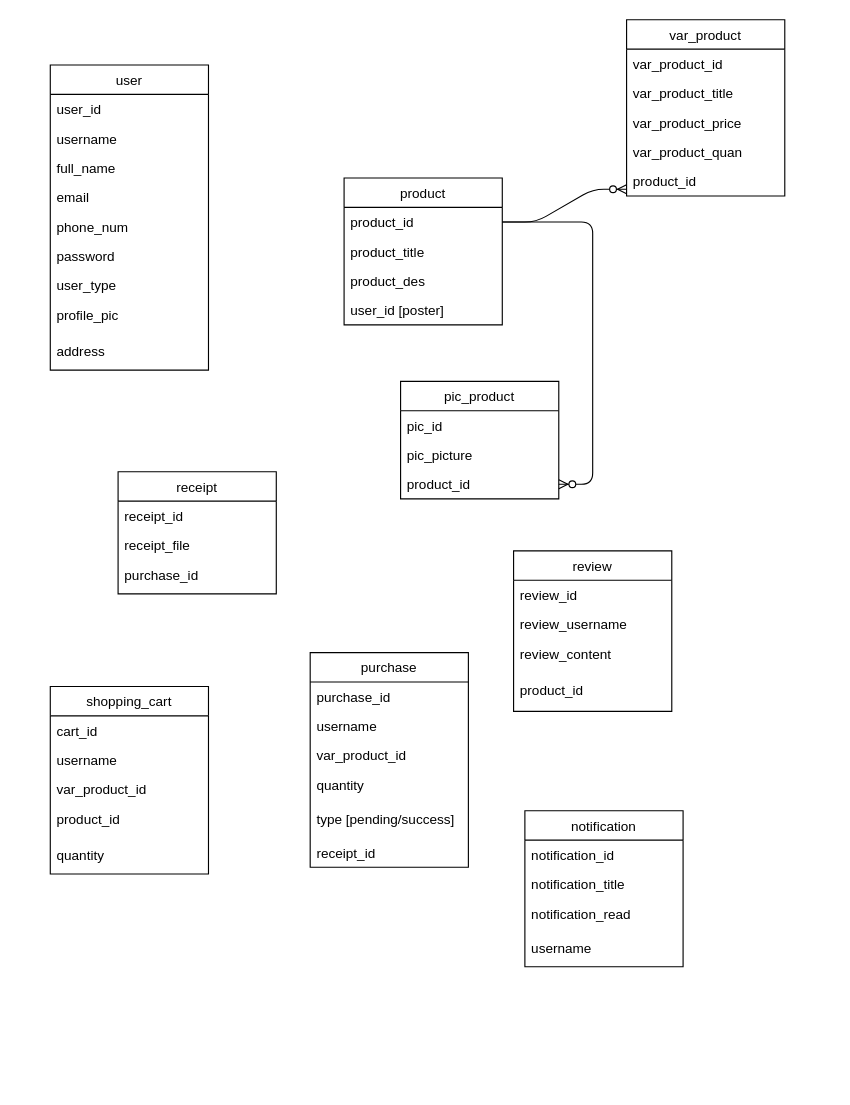
The draw.io diagram page "Page-1" (1 of 4) of Untitled Diagram.drawio in aqilanwar/iium-v, before the edit. Source tidied: cells renumbered, new cells numbered last; positions are measured from the earlier drawing's top-left corner, leaving out a move shared by most shapes. Both pictures are drawn from the tidied source at 113%, with x=0, y=0 at pixel (50, 19).
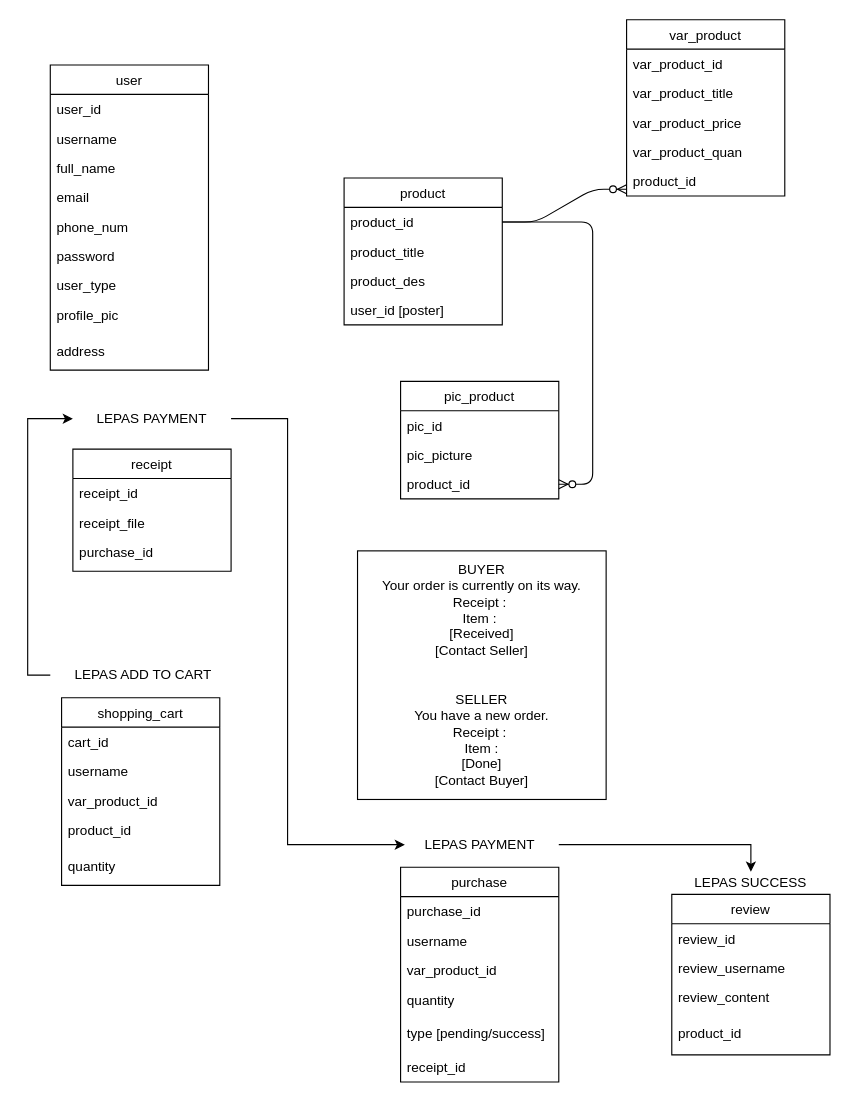
Above is the later version.

Change to the diagram source:
```diff
@@
     <mxCell id="18" value="review" style="swimlane;fontStyle=0;horizontal=1;startSize=26;fillColor=none;" parent="1" vertex="1">
-      <mxGeometry x="410" y="470" width="140" height="142" as="geometry" />
+      <mxGeometry x="550" y="774" width="140" height="142" as="geometry" />
     </mxCell>
@@
     <mxCell id="34" value="shopping_cart" style="swimlane;fontStyle=0;horizontal=1;startSize=26;fillColor=none;" parent="1" vertex="1">
-      <mxGeometry y="590" width="140" height="166" as="geometry" />
+      <mxGeometry x="10" y="600" width="140" height="166" as="geometry" />
     </mxCell>
@@
     <mxCell id="40" value="purchase" style="swimlane;fontStyle=0;horizontal=1;startSize=26;fillColor=none;" parent="1" vertex="1">
-      <mxGeometry x="230" y="560" width="140" height="190" as="geometry" />
+      <mxGeometry x="310" y="750" width="140" height="190" as="geometry" />
     </mxCell>
@@
-    <mxCell id="47" value="notification" style="swimlane;fontStyle=0;horizontal=1;startSize=26;fillColor=none;" parent="1" vertex="1">
-      <mxGeometry x="420" y="700" width="140" height="138" as="geometry" />
-    </mxCell>
-    <mxCell id="48" value="notification_id" style="text;strokeColor=none;fillColor=none;align=left;verticalAlign=top;spacingLeft=4;spacingRight=4;overflow=hidden;" parent="47" vertex="1">
-      <mxGeometry y="26" width="140" height="26" as="geometry" />
-    </mxCell>
-    <mxCell id="49" value="notification_title" style="text;strokeColor=none;fillColor=none;align=left;verticalAlign=top;spacingLeft=4;spacingRight=4;overflow=hidden;" parent="47" vertex="1">
-      <mxGeometry y="52" width="140" height="26" as="geometry" />
-    </mxCell>
-    <mxCell id="50" value="notification_read" style="text;strokeColor=none;fillColor=none;align=left;verticalAlign=top;spacingLeft=4;spacingRight=4;overflow=hidden;" parent="47" vertex="1">
-      <mxGeometry y="78" width="140" height="30" as="geometry" />
-    </mxCell>
-    <mxCell id="51" value="username" style="text;strokeColor=none;fillColor=none;align=left;verticalAlign=top;spacingLeft=4;spacingRight=4;overflow=hidden;" parent="47" vertex="1">
-      <mxGeometry y="108" width="140" height="30" as="geometry" />
-    </mxCell>
     <mxCell id="52" value="receipt" style="swimlane;fontStyle=0;horizontal=1;startSize=26;fillColor=none;" parent="1" vertex="1">
-      <mxGeometry x="60" y="400" width="140" height="108" as="geometry" />
+      <mxGeometry x="20" y="380" width="140" height="108" as="geometry" />
     </mxCell>
@@
+    <mxCell id="56" style="edgeStyle=orthogonalEdgeStyle;rounded=0;jettySize=auto;html=1;exitX=0;exitY=0.5;exitDx=0;exitDy=0;" parent="1" edge="1" source="58" target="59">
+      <mxGeometry relative="1" as="geometry">
+        <Array as="points">
+          <mxPoint x="-20" y="580" />
+          <mxPoint x="-20" y="353" />
+        </Array>
+      </mxGeometry>
+    </mxCell>
+    <mxCell id="57" style="edgeStyle=orthogonalEdgeStyle;rounded=0;jettySize=auto;html=1;" parent="1" edge="1" source="59" target="61">
+      <mxGeometry relative="1" as="geometry">
+        <Array as="points">
+          <mxPoint x="210" y="353" />
+          <mxPoint x="210" y="730" />
+        </Array>
+      </mxGeometry>
+    </mxCell>
+    <mxCell id="58" value="LEPAS ADD TO CART" style="text;html=1;strokeColor=none;fillColor=none;align=center;verticalAlign=middle;whiteSpace=wrap;rounded=0;" parent="1" vertex="1">
+      <mxGeometry y="570" width="165" height="20" as="geometry" />
+    </mxCell>
+    <mxCell id="59" value="LEPAS PAYMENT" style="text;html=1;strokeColor=none;fillColor=none;align=center;verticalAlign=middle;whiteSpace=wrap;rounded=0;" parent="1" vertex="1">
+      <mxGeometry x="20" y="343" width="140" height="20" as="geometry" />
+    </mxCell>
+    <mxCell id="60" style="edgeStyle=orthogonalEdgeStyle;rounded=0;jettySize=auto;html=1;" parent="1" edge="1" source="61" target="62">
+      <mxGeometry relative="1" as="geometry" />
+    </mxCell>
+    <mxCell id="61" value="LEPAS PAYMENT&amp;nbsp;" style="text;html=1;strokeColor=none;fillColor=none;align=center;verticalAlign=middle;whiteSpace=wrap;rounded=0;" parent="1" vertex="1">
+      <mxGeometry x="313.8" y="720" width="136.2" height="20" as="geometry" />
+    </mxCell>
+    <mxCell id="62" value="LEPAS SUCCESS" style="text;html=1;strokeColor=none;fillColor=none;align=center;verticalAlign=middle;whiteSpace=wrap;rounded=0;" parent="1" vertex="1">
+      <mxGeometry x="550" y="754" width="140" height="20" as="geometry" />
+    </mxCell>
+    <mxCell id="63" value="&lt;span style=&quot;text-align: left&quot;&gt;BUYER&lt;/span&gt;&lt;br style=&quot;text-align: left&quot;&gt;&lt;span style=&quot;text-align: left&quot;&gt;Your order is currently on its way.&lt;/span&gt;&lt;br style=&quot;text-align: left&quot;&gt;&lt;span style=&quot;text-align: left&quot;&gt;Receipt :&amp;nbsp;&lt;/span&gt;&lt;br style=&quot;text-align: left&quot;&gt;&lt;span style=&quot;text-align: left&quot;&gt;Item :&amp;nbsp;&lt;/span&gt;&lt;br style=&quot;text-align: left&quot;&gt;&lt;span style=&quot;text-align: left&quot;&gt;[Received]&lt;/span&gt;&lt;br style=&quot;text-align: left&quot;&gt;&lt;span style=&quot;text-align: left&quot;&gt;[Contact Seller]&lt;/span&gt;&lt;br style=&quot;text-align: left&quot;&gt;&lt;br style=&quot;text-align: left&quot;&gt;&lt;br style=&quot;text-align: left&quot;&gt;&lt;span style=&quot;text-align: left&quot;&gt;SELLER&lt;/span&gt;&lt;br style=&quot;text-align: left&quot;&gt;&lt;span style=&quot;text-align: left&quot;&gt;You have a new order.&lt;/span&gt;&lt;br style=&quot;text-align: left&quot;&gt;&lt;span style=&quot;text-align: left&quot;&gt;Receipt :&amp;nbsp;&lt;/span&gt;&lt;br style=&quot;text-align: left&quot;&gt;&lt;span style=&quot;text-align: left&quot;&gt;Item :&lt;/span&gt;&lt;br style=&quot;text-align: left&quot;&gt;&lt;span style=&quot;text-align: left&quot;&gt;[Done]&lt;/span&gt;&lt;br style=&quot;text-align: left&quot;&gt;&lt;span style=&quot;text-align: left&quot;&gt;[Contact Buyer]&lt;/span&gt;" style="whiteSpace=wrap;html=1;" parent="1" vertex="1">
+      <mxGeometry x="271.9" y="470" width="220" height="220" as="geometry" />
+    </mxCell>
```
